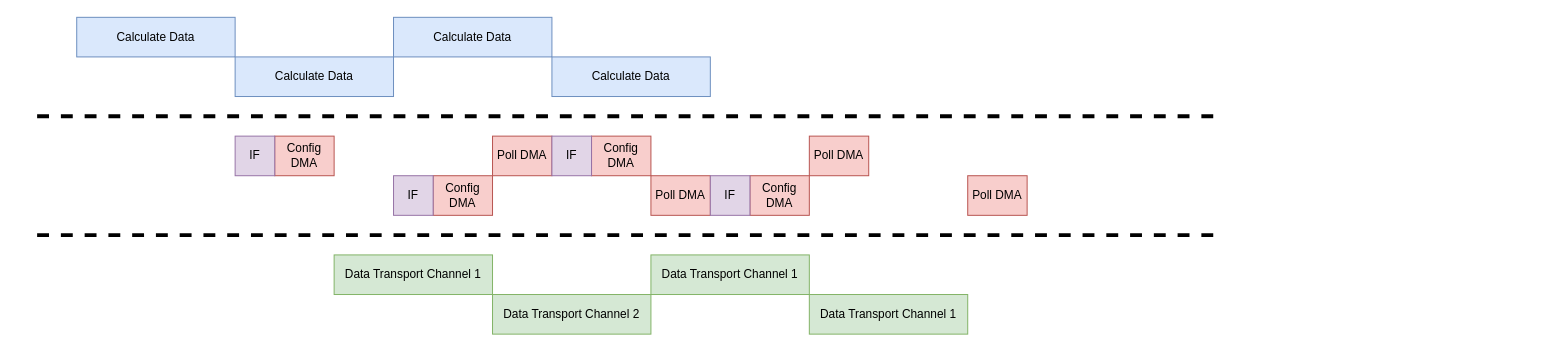
Above: Lantency_Graph/Cal_Tran_Overlap.drawio in BEYHHH/SBLP (draw.io), before the change. Source tidied: cells renumbered, new cells numbered last; positions are measured from the earlier drawing's top-left corner, leaving out a move shared by most shapes. Both pictures are drawn from the tidied source at 99%, with x=0, y=0 at pixel (37, 17).
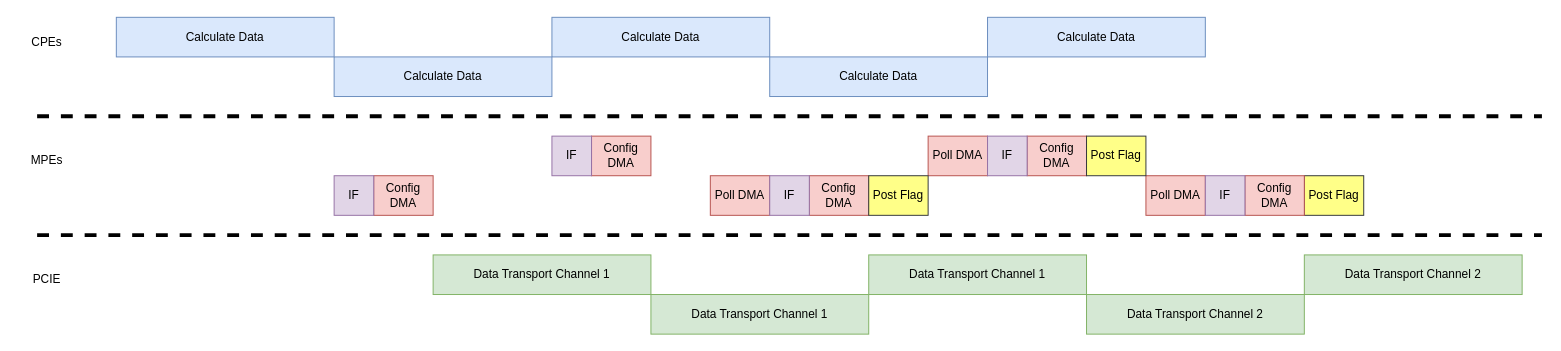
After the change.

What changed in the source:
```diff
@@
-    <mxCell id="2" value="Config DMA" style="rounded=0;whiteSpace=wrap;html=1;fillColor=#f8cecc;strokeColor=#b85450;" parent="1" vertex="1">
-      <mxGeometry x="240" y="120" width="60" height="40" as="geometry" />
-    </mxCell>
-    <mxCell id="3" value="Data Transport Channel 1" style="rounded=0;whiteSpace=wrap;html=1;fillColor=#d5e8d4;strokeColor=#82b366;" parent="1" vertex="1">
-      <mxGeometry x="300" y="240" width="160" height="40" as="geometry" />
-    </mxCell>
-    <mxCell id="4" value="Poll DMA" style="rounded=0;whiteSpace=wrap;html=1;fillColor=#f8cecc;strokeColor=#b85450;" parent="1" vertex="1">
-      <mxGeometry x="460" y="120" width="60" height="40" as="geometry" />
-    </mxCell>
-    <mxCell id="5" value="IF" style="rounded=0;whiteSpace=wrap;html=1;fillColor=#e1d5e7;strokeColor=#9673a6;" parent="1" vertex="1">
-      <mxGeometry x="200" y="120" width="40" height="40" as="geometry" />
-    </mxCell>
     <mxCell id="6" value="Config DMA" style="rounded=0;whiteSpace=wrap;html=1;fillColor=#f8cecc;strokeColor=#b85450;" parent="1" vertex="1">
-      <mxGeometry x="400" y="160" width="60" height="40" as="geometry" />
+      <mxGeometry x="340" y="160" width="60" height="40" as="geometry" />
     </mxCell>
     <mxCell id="7" value="Poll DMA" style="rounded=0;whiteSpace=wrap;html=1;fillColor=#f8cecc;strokeColor=#b85450;" parent="1" vertex="1">
-      <mxGeometry x="620" y="160" width="60" height="40" as="geometry" />
+      <mxGeometry x="680" y="160" width="60" height="40" as="geometry" />
     </mxCell>
     <mxCell id="8" value="IF" style="rounded=0;whiteSpace=wrap;html=1;fillColor=#e1d5e7;strokeColor=#9673a6;" parent="1" vertex="1">
-      <mxGeometry x="360" y="160" width="40" height="40" as="geometry" />
+      <mxGeometry x="300" y="160" width="40" height="40" as="geometry" />
     </mxCell>
@@
     <mxCell id="10" value="Poll DMA" style="rounded=0;whiteSpace=wrap;html=1;fillColor=#f8cecc;strokeColor=#b85450;" parent="1" vertex="1">
-      <mxGeometry x="780" y="120" width="60" height="40" as="geometry" />
+      <mxGeometry x="900" y="120" width="60" height="40" as="geometry" />
     </mxCell>
@@
     <mxCell id="12" value="Config DMA" style="rounded=0;whiteSpace=wrap;html=1;fillColor=#f8cecc;strokeColor=#b85450;" parent="1" vertex="1">
-      <mxGeometry x="720" y="160" width="60" height="40" as="geometry" />
+      <mxGeometry x="780" y="160" width="60" height="40" as="geometry" />
     </mxCell>
     <mxCell id="13" value="Poll DMA" style="rounded=0;whiteSpace=wrap;html=1;fillColor=#f8cecc;strokeColor=#b85450;" parent="1" vertex="1">
-      <mxGeometry x="940" y="160" width="60" height="40" as="geometry" />
+      <mxGeometry x="1120" y="160" width="60" height="40" as="geometry" />
     </mxCell>
     <mxCell id="14" value="IF" style="rounded=0;whiteSpace=wrap;html=1;fillColor=#e1d5e7;strokeColor=#9673a6;" parent="1" vertex="1">
-      <mxGeometry x="680" y="160" width="40" height="40" as="geometry" />
+      <mxGeometry x="740" y="160" width="40" height="40" as="geometry" />
     </mxCell>
-    <mxCell id="15" value="Data Transport Channel 2" style="rounded=0;whiteSpace=wrap;html=1;fillColor=#d5e8d4;strokeColor=#82b366;" parent="1" vertex="1">
-      <mxGeometry x="460" y="280" width="160" height="40" as="geometry" />
-    </mxCell>
-    <mxCell id="16" value="Data Transport Channel 1" style="rounded=0;whiteSpace=wrap;html=1;fillColor=#d5e8d4;strokeColor=#82b366;" parent="1" vertex="1">
-      <mxGeometry x="620" y="240" width="160" height="40" as="geometry" />
-    </mxCell>
-    <mxCell id="17" value="Data Transport Channel 1" style="rounded=0;whiteSpace=wrap;html=1;fillColor=#d5e8d4;strokeColor=#82b366;" parent="1" vertex="1">
-      <mxGeometry x="780" y="280" width="160" height="40" as="geometry" />
-    </mxCell>
-    <mxCell id="18" value="Calculate Data" style="rounded=0;whiteSpace=wrap;html=1;fillColor=#dae8fc;strokeColor=#6c8ebf;" parent="1" vertex="1">
-      <mxGeometry x="40" width="160" height="40" as="geometry" />
-    </mxCell>
-    <mxCell id="19" value="Calculate Data" style="rounded=0;whiteSpace=wrap;html=1;fillColor=#dae8fc;strokeColor=#6c8ebf;" parent="1" vertex="1">
-      <mxGeometry x="200" y="40" width="160" height="40" as="geometry" />
-    </mxCell>
-    <mxCell id="20" value="Calculate Data" style="rounded=0;whiteSpace=wrap;html=1;fillColor=#dae8fc;strokeColor=#6c8ebf;" parent="1" vertex="1">
-      <mxGeometry x="360" width="160" height="40" as="geometry" />
-    </mxCell>
-    <mxCell id="21" value="Calculate Data" style="rounded=0;whiteSpace=wrap;html=1;fillColor=#dae8fc;strokeColor=#6c8ebf;" parent="1" vertex="1">
-      <mxGeometry x="520" y="40" width="160" height="40" as="geometry" />
-    </mxCell>
     <mxCell id="22" style="endArrow=none;dashed=1;html=1;rounded=0;strokeWidth=4;" parent="1" edge="1">
       <mxGeometry relative="1" as="geometry">
         <mxPoint y="100" as="sourcePoint" />
-        <mxPoint x="1200" y="100" as="targetPoint" />
+        <mxPoint x="1520" y="100" as="targetPoint" />
       </mxGeometry>
     </mxCell>
     <mxCell id="23" style="endArrow=none;dashed=1;html=1;rounded=0;strokeWidth=4;" parent="1" edge="1">
       <mxGeometry relative="1" as="geometry">
         <mxPoint y="220" as="sourcePoint" />
-        <mxPoint x="1200" y="220" as="targetPoint" />
+        <mxPoint x="1520" y="220" as="targetPoint" />
       </mxGeometry>
     </mxCell>
+    <mxCell id="24" value="Post Flag" style="rounded=0;whiteSpace=wrap;html=1;fillColor=#ffff88;strokeColor=#36393d;" parent="1" vertex="1">
+      <mxGeometry x="840" y="160" width="60" height="40" as="geometry" />
+    </mxCell>
+    <mxCell id="25" value="Post Flag" style="rounded=0;whiteSpace=wrap;html=1;fillColor=#ffff88;strokeColor=#36393d;" parent="1" vertex="1">
+      <mxGeometry x="1280" y="160" width="60" height="40" as="geometry" />
+    </mxCell>
+    <mxCell id="26" value="Data Transport Channel 2" style="rounded=0;whiteSpace=wrap;html=1;fillColor=#d5e8d4;strokeColor=#82b366;" parent="1" vertex="1">
+      <mxGeometry x="1060" y="280" width="220" height="40" as="geometry" />
+    </mxCell>
+    <mxCell id="27" value="Data Transport Channel 1" style="rounded=0;whiteSpace=wrap;html=1;fillColor=#d5e8d4;strokeColor=#82b366;" parent="1" vertex="1">
+      <mxGeometry x="400" y="240" width="220" height="40" as="geometry" />
+    </mxCell>
+    <mxCell id="28" value="Data Transport Channel 1" style="rounded=0;whiteSpace=wrap;html=1;fillColor=#d5e8d4;strokeColor=#82b366;" parent="1" vertex="1">
+      <mxGeometry x="620" y="280" width="220" height="40" as="geometry" />
+    </mxCell>
+    <mxCell id="29" value="Calculate Data" style="rounded=0;whiteSpace=wrap;html=1;fillColor=#dae8fc;strokeColor=#6c8ebf;" parent="1" vertex="1">
+      <mxGeometry x="520" width="220" height="40" as="geometry" />
+    </mxCell>
+    <mxCell id="30" value="Calculate Data" style="rounded=0;whiteSpace=wrap;html=1;fillColor=#dae8fc;strokeColor=#6c8ebf;" parent="1" vertex="1">
+      <mxGeometry x="740" y="40" width="220" height="40" as="geometry" />
+    </mxCell>
+    <mxCell id="31" value="Config DMA" style="rounded=0;whiteSpace=wrap;html=1;fillColor=#f8cecc;strokeColor=#b85450;" parent="1" vertex="1">
+      <mxGeometry x="1000" y="120" width="60" height="40" as="geometry" />
+    </mxCell>
+    <mxCell id="32" value="IF" style="rounded=0;whiteSpace=wrap;html=1;fillColor=#e1d5e7;strokeColor=#9673a6;" parent="1" vertex="1">
+      <mxGeometry x="960" y="120" width="40" height="40" as="geometry" />
+    </mxCell>
+    <mxCell id="33" value="Post Flag" style="rounded=0;whiteSpace=wrap;html=1;fillColor=#ffff88;strokeColor=#36393d;" parent="1" vertex="1">
+      <mxGeometry x="1060" y="120" width="60" height="40" as="geometry" />
+    </mxCell>
+    <mxCell id="34" value="Config DMA" style="rounded=0;whiteSpace=wrap;html=1;fillColor=#f8cecc;strokeColor=#b85450;" parent="1" vertex="1">
+      <mxGeometry x="1220" y="160" width="60" height="40" as="geometry" />
+    </mxCell>
+    <mxCell id="35" value="IF" style="rounded=0;whiteSpace=wrap;html=1;fillColor=#e1d5e7;strokeColor=#9673a6;" parent="1" vertex="1">
+      <mxGeometry x="1180" y="160" width="40" height="40" as="geometry" />
+    </mxCell>
+    <mxCell id="36" value="Data Transport Channel 1" style="rounded=0;whiteSpace=wrap;html=1;fillColor=#d5e8d4;strokeColor=#82b366;" parent="1" vertex="1">
+      <mxGeometry x="840" y="240" width="220" height="40" as="geometry" />
+    </mxCell>
+    <mxCell id="37" value="Calculate Data" style="rounded=0;whiteSpace=wrap;html=1;fillColor=#dae8fc;strokeColor=#6c8ebf;" parent="1" vertex="1">
+      <mxGeometry x="300" y="40" width="220" height="40" as="geometry" />
+    </mxCell>
+    <mxCell id="38" value="Calculate Data" style="rounded=0;whiteSpace=wrap;html=1;fillColor=#dae8fc;strokeColor=#6c8ebf;" parent="1" vertex="1">
+      <mxGeometry x="80" width="220" height="40" as="geometry" />
+    </mxCell>
+    <mxCell id="39" value="Calculate Data" style="rounded=0;whiteSpace=wrap;html=1;fillColor=#dae8fc;strokeColor=#6c8ebf;" parent="1" vertex="1">
+      <mxGeometry x="960" width="220" height="40" as="geometry" />
+    </mxCell>
+    <mxCell id="40" value="Data Transport Channel 2" style="rounded=0;whiteSpace=wrap;html=1;fillColor=#d5e8d4;strokeColor=#82b366;" parent="1" vertex="1">
+      <mxGeometry x="1280" y="240" width="220" height="40" as="geometry" />
+    </mxCell>
+    <mxCell id="41" value="CPEs" style="text;html=1;align=center;verticalAlign=middle;whiteSpace=wrap;rounded=0;" parent="1" vertex="1">
+      <mxGeometry x="-20" y="10" width="60" height="30" as="geometry" />
+    </mxCell>
+    <mxCell id="42" value="MPEs" style="text;html=1;align=center;verticalAlign=middle;whiteSpace=wrap;rounded=0;" parent="1" vertex="1">
+      <mxGeometry x="-20" y="130" width="60" height="30" as="geometry" />
+    </mxCell>
+    <mxCell id="43" value="PCIE" style="text;html=1;align=center;verticalAlign=middle;whiteSpace=wrap;rounded=0;" parent="1" vertex="1">
+      <mxGeometry x="-20" y="250" width="60" height="30" as="geometry" />
+    </mxCell>
```
